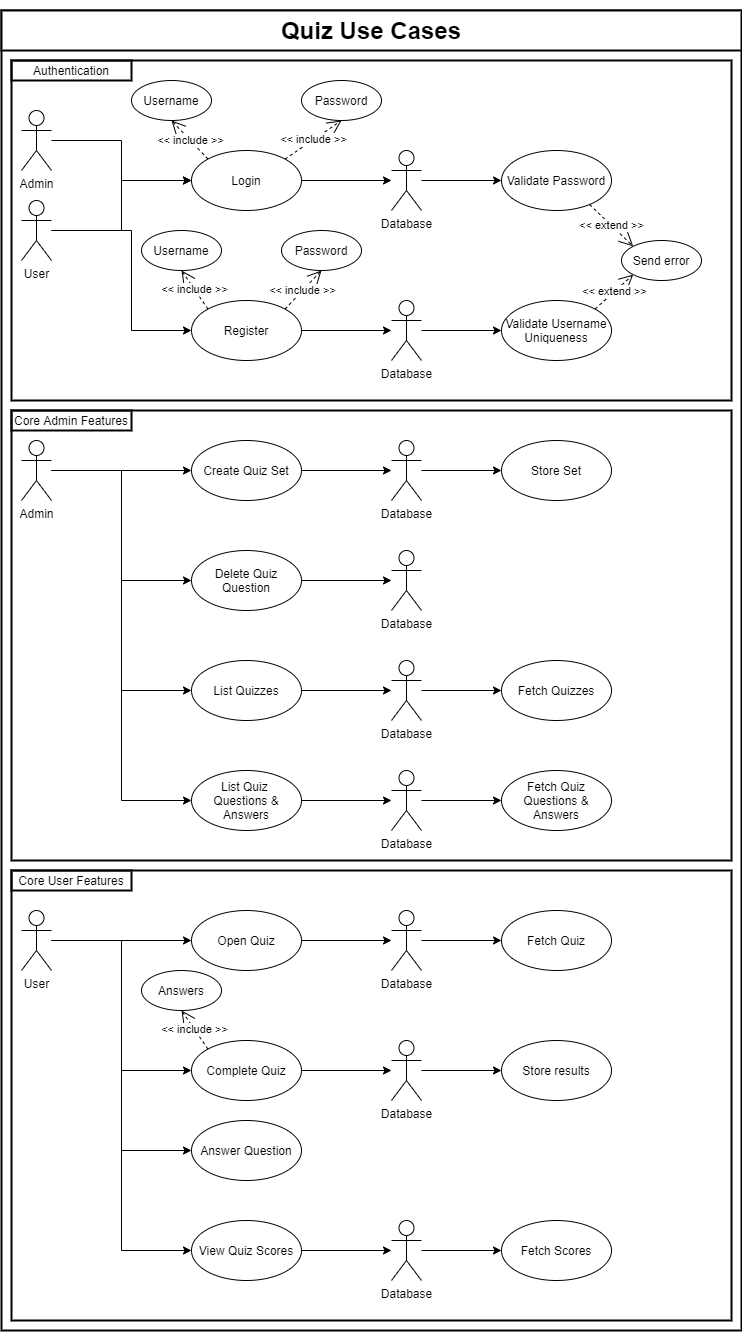
Above: documentation/use case diagram.png in FrazzIe/ip3_coursework (draw.io), before the change. Source tidied: cells renumbered, new cells last; positions are measured from the earlier drawing's top-left corner, leaving out a move shared by most shapes.
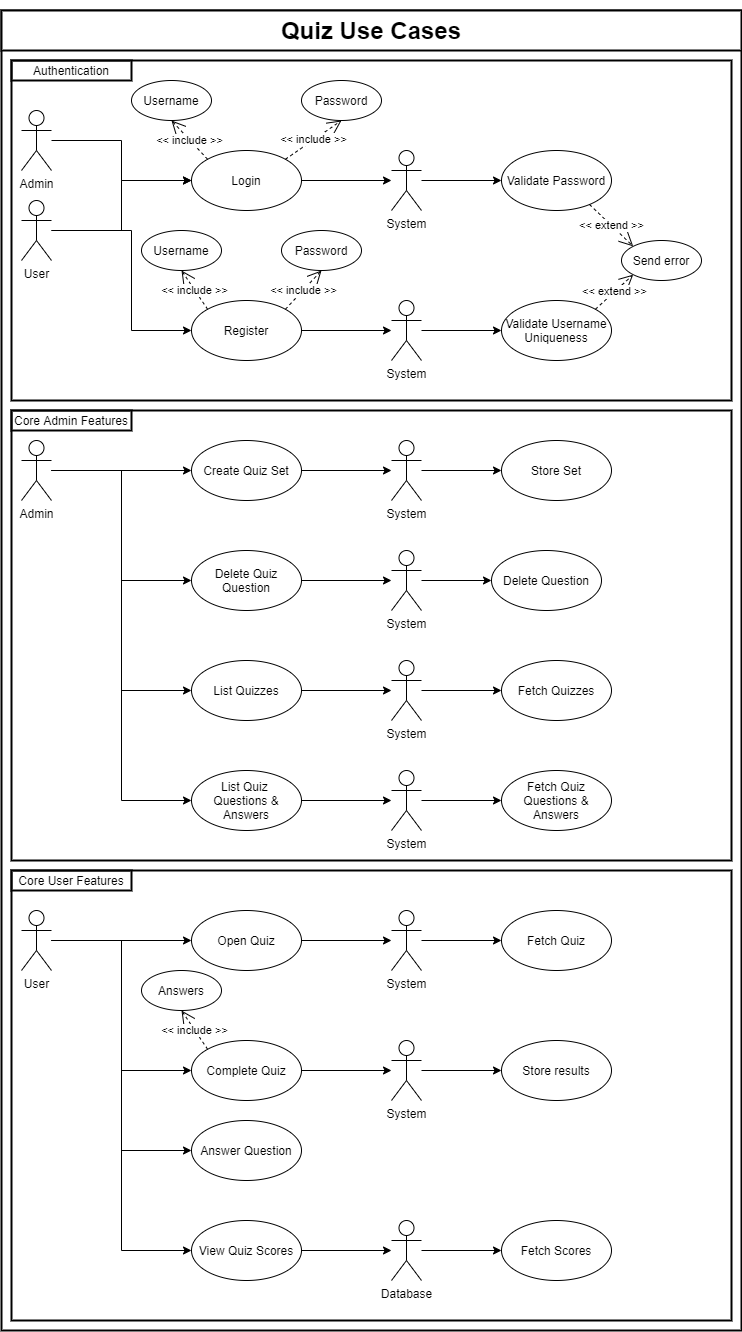
Later version of the same file.

Commit message:
change receiving actor from Database to System

Diff of the diagram source:
```diff
@@ -2,6 +2,15 @@
   <root>
     <mxCell id="0" />
     <mxCell id="1" parent="0" />
+    <mxCell id="79" style="rounded=0;whiteSpace=wrap;html=1;labelBackgroundColor=#ffffff;strokeColor=#000000;strokeWidth=2;fillColor=none;" parent="1" vertex="1">
+      <mxGeometry x="10" y="860" width="720" height="450" as="geometry" />
+    </mxCell>
+    <mxCell id="76" style="rounded=0;whiteSpace=wrap;html=1;labelBackgroundColor=#ffffff;strokeColor=#000000;strokeWidth=2;fillColor=none;" parent="1" vertex="1">
+      <mxGeometry x="10" y="400" width="720" height="450" as="geometry" />
+    </mxCell>
+    <mxCell id="80" style="rounded=0;whiteSpace=wrap;html=1;labelBackgroundColor=#ffffff;strokeColor=#000000;strokeWidth=2;fillColor=none;" parent="1" vertex="1">
+      <mxGeometry width="740" height="1320" as="geometry" />
+    </mxCell>
     <mxCell id="2" style="rounded=0;whiteSpace=wrap;html=1;labelBackgroundColor=#ffffff;strokeColor=#000000;strokeWidth=2;fillColor=none;" parent="1" vertex="1">
       <mxGeometry x="10" y="50" width="720" height="340" as="geometry" />
     </mxCell>
@@ -66,7 +75,7 @@
     <mxCell id="19" style="edgeStyle=orthogonalEdgeStyle;rounded=0;jettySize=auto;html=1;entryX=0;entryY=0.5;entryDx=0;entryDy=0;startArrow=none;startFill=0;endArrow=classic;endFill=1;strokeColor=#000000;" parent="1" edge="1" source="20" target="21">
       <mxGeometry relative="1" as="geometry" />
     </mxCell>
-    <mxCell id="20" value="Database" style="shape=umlActor;verticalLabelPosition=bottom;verticalAlign=top;html=1;" parent="1" vertex="1">
+    <mxCell id="20" value="System" style="shape=umlActor;verticalLabelPosition=bottom;verticalAlign=top;html=1;" parent="1" vertex="1">
       <mxGeometry x="390" y="290" width="30" height="60" as="geometry" />
     </mxCell>
     <mxCell id="21" value="Validate Username Uniqueness" style="ellipse;whiteSpace=wrap;html=1;" parent="1" vertex="1">
@@ -78,7 +87,7 @@
     <mxCell id="23" style="edgeStyle=orthogonalEdgeStyle;rounded=0;jettySize=auto;html=1;entryX=1;entryY=0.5;entryDx=0;entryDy=0;startArrow=classic;startFill=1;endArrow=none;endFill=0;strokeColor=#000000;" parent="1" edge="1" source="24" target="5">
       <mxGeometry relative="1" as="geometry" />
     </mxCell>
-    <mxCell id="24" value="Database" style="shape=umlActor;verticalLabelPosition=bottom;verticalAlign=top;html=1;" parent="1" vertex="1">
+    <mxCell id="24" value="System" style="shape=umlActor;verticalLabelPosition=bottom;verticalAlign=top;html=1;" parent="1" vertex="1">
       <mxGeometry x="390" y="140" width="30" height="60" as="geometry" />
     </mxCell>
     <mxCell id="25" value="Validate Password" style="ellipse;whiteSpace=wrap;html=1;" parent="1" vertex="1">
@@ -156,7 +165,7 @@
     <mxCell id="49" style="edgeStyle=orthogonalEdgeStyle;rounded=0;jettySize=auto;html=1;startArrow=none;startFill=0;endArrow=classic;endFill=1;strokeColor=#000000;entryX=0;entryY=0.5;entryDx=0;entryDy=0;" parent="1" edge="1" source="50" target="56">
       <mxGeometry relative="1" as="geometry" />
     </mxCell>
-    <mxCell id="50" value="Database" style="shape=umlActor;verticalLabelPosition=bottom;verticalAlign=top;html=1;" parent="1" vertex="1">
+    <mxCell id="50" value="System" style="shape=umlActor;verticalLabelPosition=bottom;verticalAlign=top;html=1;" parent="1" vertex="1">
       <mxGeometry x="390" y="900" width="30" height="60" as="geometry" />
     </mxCell>
     <mxCell id="51" style="edgeStyle=orthogonalEdgeStyle;rounded=0;jettySize=auto;html=1;entryX=1;entryY=0.5;entryDx=0;entryDy=0;startArrow=classic;startFill=1;endArrow=none;endFill=0;strokeColor=#000000;" parent="1" edge="1" source="53" target="45">
@@ -165,7 +174,7 @@
     <mxCell id="52" style="edgeStyle=orthogonalEdgeStyle;rounded=0;jettySize=auto;html=1;entryX=0;entryY=0.5;entryDx=0;entryDy=0;startArrow=none;startFill=0;endArrow=classic;endFill=1;strokeColor=#000000;" parent="1" edge="1" source="53" target="57">
       <mxGeometry relative="1" as="geometry" />
     </mxCell>
-    <mxCell id="53" value="Database" style="shape=umlActor;verticalLabelPosition=bottom;verticalAlign=top;html=1;" parent="1" vertex="1">
+    <mxCell id="53" value="System" style="shape=umlActor;verticalLabelPosition=bottom;verticalAlign=top;html=1;" parent="1" vertex="1">
       <mxGeometry x="390" y="1030" width="30" height="60" as="geometry" />
     </mxCell>
     <mxCell id="54" value="Answers" style="ellipse;whiteSpace=wrap;html=1;" parent="1" vertex="1">
@@ -198,13 +207,16 @@
     <mxCell id="63" style="edgeStyle=orthogonalEdgeStyle;rounded=0;jettySize=auto;html=1;entryX=0;entryY=0.5;entryDx=0;entryDy=0;startArrow=none;startFill=0;endArrow=classic;endFill=1;" parent="1" edge="1" source="64" target="73">
       <mxGeometry relative="1" as="geometry" />
     </mxCell>
-    <mxCell id="64" value="Database" style="shape=umlActor;verticalLabelPosition=bottom;verticalAlign=top;html=1;" parent="1" vertex="1">
+    <mxCell id="64" value="System" style="shape=umlActor;verticalLabelPosition=bottom;verticalAlign=top;html=1;" parent="1" vertex="1">
       <mxGeometry x="390" y="430" width="30" height="60" as="geometry" />
     </mxCell>
     <mxCell id="65" style="edgeStyle=orthogonalEdgeStyle;rounded=0;jettySize=auto;html=1;entryX=1;entryY=0.5;entryDx=0;entryDy=0;startArrow=classic;startFill=1;endArrow=none;endFill=0;" parent="1" edge="1" source="66" target="36">
       <mxGeometry relative="1" as="geometry" />
     </mxCell>
+    <mxCell id="82" style="edgeStyle=orthogonalEdgeStyle;rounded=0;jettySize=auto;html=1;entryX=0;entryY=0.5;entryDx=0;entryDy=0;" parent="1" edge="1" source="66" target="83">
+      <mxGeometry relative="1" as="geometry" />
+    </mxCell>
-    <mxCell id="66" value="Database" style="shape=umlActor;verticalLabelPosition=bottom;verticalAlign=top;html=1;" parent="1" vertex="1">
+    <mxCell id="66" value="System" style="shape=umlActor;verticalLabelPosition=bottom;verticalAlign=top;html=1;" parent="1" vertex="1">
       <mxGeometry x="390" y="540" width="30" height="60" as="geometry" />
     </mxCell>
     <mxCell id="67" style="edgeStyle=orthogonalEdgeStyle;rounded=0;jettySize=auto;html=1;entryX=1;entryY=0.5;entryDx=0;entryDy=0;startArrow=classic;startFill=1;endArrow=none;endFill=0;" parent="1" edge="1" source="69" target="37">
@@ -213,7 +225,7 @@
     <mxCell id="68" style="edgeStyle=orthogonalEdgeStyle;rounded=0;jettySize=auto;html=1;entryX=0;entryY=0.5;entryDx=0;entryDy=0;startArrow=none;startFill=0;endArrow=classic;endFill=1;" parent="1" edge="1" source="69" target="74">
       <mxGeometry relative="1" as="geometry" />
     </mxCell>
-    <mxCell id="69" value="Database" style="shape=umlActor;verticalLabelPosition=bottom;verticalAlign=top;html=1;" parent="1" vertex="1">
+    <mxCell id="69" value="System" style="shape=umlActor;verticalLabelPosition=bottom;verticalAlign=top;html=1;" parent="1" vertex="1">
       <mxGeometry x="390" y="650" width="30" height="60" as="geometry" />
     </mxCell>
     <mxCell id="70" style="edgeStyle=orthogonalEdgeStyle;rounded=0;jettySize=auto;html=1;entryX=1;entryY=0.5;entryDx=0;entryDy=0;startArrow=classic;startFill=1;endArrow=none;endFill=0;" parent="1" edge="1" source="72" target="38">
@@ -222,7 +234,7 @@
     <mxCell id="71" style="edgeStyle=orthogonalEdgeStyle;rounded=0;jettySize=auto;html=1;entryX=0;entryY=0.5;entryDx=0;entryDy=0;startArrow=none;startFill=0;endArrow=classic;endFill=1;" parent="1" edge="1" source="72" target="75">
       <mxGeometry relative="1" as="geometry" />
     </mxCell>
-    <mxCell id="72" value="Database" style="shape=umlActor;verticalLabelPosition=bottom;verticalAlign=top;html=1;" parent="1" vertex="1">
+    <mxCell id="72" value="System" style="shape=umlActor;verticalLabelPosition=bottom;verticalAlign=top;html=1;" parent="1" vertex="1">
       <mxGeometry x="390" y="760" width="30" height="60" as="geometry" />
     </mxCell>
     <mxCell id="73" value="Store Set" style="ellipse;whiteSpace=wrap;html=1;" parent="1" vertex="1">
@@ -234,23 +246,17 @@
     <mxCell id="75" value="Fetch Quiz Questions &amp;amp; Answers" style="ellipse;whiteSpace=wrap;html=1;" parent="1" vertex="1">
       <mxGeometry x="500" y="760" width="110" height="60" as="geometry" />
     </mxCell>
-    <mxCell id="76" style="rounded=0;whiteSpace=wrap;html=1;labelBackgroundColor=#ffffff;strokeColor=#000000;strokeWidth=2;fillColor=none;" parent="1" vertex="1">
-      <mxGeometry x="10" y="400" width="720" height="450" as="geometry" />
-    </mxCell>
     <mxCell id="77" value="Core Admin Features" style="rounded=0;whiteSpace=wrap;html=1;labelBackgroundColor=#ffffff;strokeColor=#000000;strokeWidth=2;fillColor=none;" parent="1" vertex="1">
       <mxGeometry x="10" y="400" width="120" height="20" as="geometry" />
     </mxCell>
     <mxCell id="78" value="Core User Features" style="rounded=0;whiteSpace=wrap;html=1;labelBackgroundColor=#ffffff;strokeColor=#000000;strokeWidth=2;fillColor=none;" parent="1" vertex="1">
       <mxGeometry x="10" y="860" width="120" height="20" as="geometry" />
     </mxCell>
-    <mxCell id="79" style="rounded=0;whiteSpace=wrap;html=1;labelBackgroundColor=#ffffff;strokeColor=#000000;strokeWidth=2;fillColor=none;" parent="1" vertex="1">
-      <mxGeometry x="10" y="860" width="720" height="450" as="geometry" />
-    </mxCell>
-    <mxCell id="80" style="rounded=0;whiteSpace=wrap;html=1;labelBackgroundColor=#ffffff;strokeColor=#000000;strokeWidth=2;fillColor=none;" parent="1" vertex="1">
-      <mxGeometry width="740" height="1320" as="geometry" />
-    </mxCell>
     <mxCell id="81" value="&lt;h1&gt;Quiz Use Cases&lt;/h1&gt;" style="rounded=0;whiteSpace=wrap;html=1;strokeWidth=2;" parent="1" vertex="1">
       <mxGeometry width="740" height="40" as="geometry" />
     </mxCell>
+    <mxCell id="83" value="Delete Question" style="ellipse;whiteSpace=wrap;html=1;" parent="1" vertex="1">
+      <mxGeometry x="490" y="540" width="110" height="60" as="geometry" />
+    </mxCell>
   </root>
 </mxGraphModel>
```
